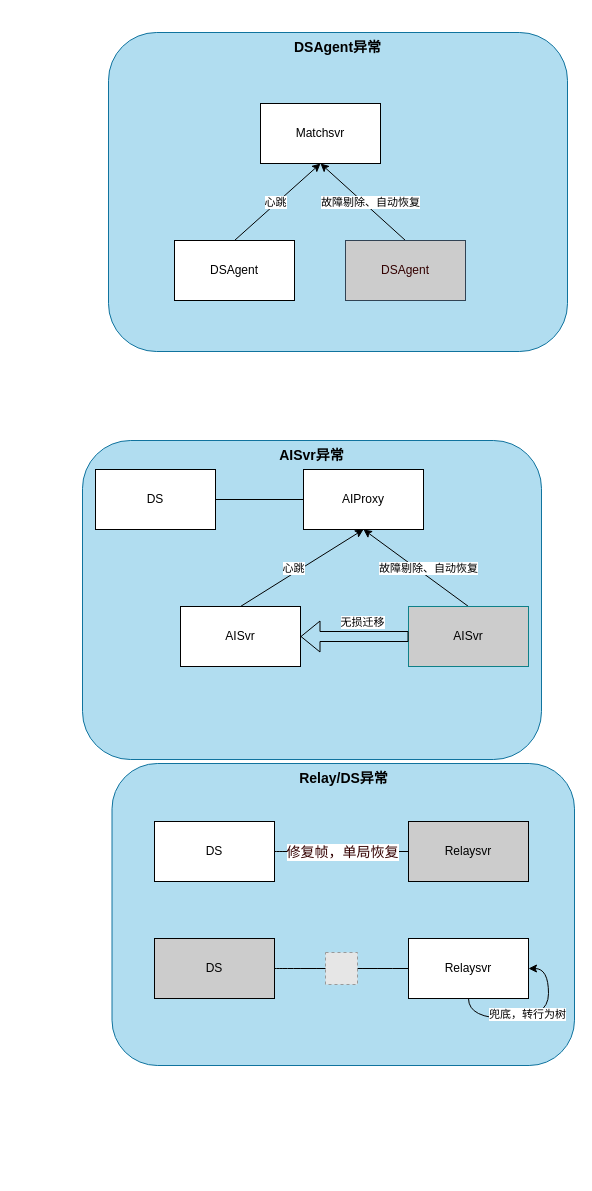
This is page "NISHIKI AI高可用" (6 of 7) of NISHIKI架构.drawio from Memoryss/NISHIKI, a draw.io file, before an edit. Source tidied: cells renumbered, new cells numbered last; positions are measured from the earlier drawing's top-left corner, leaving out a move shared by most shapes. Both pictures are drawn from the tidied source at 100%, with x=0, y=0 at pixel (82, 32). Pictures stored in the file or linked from it are replaced by grey dashed boxes.
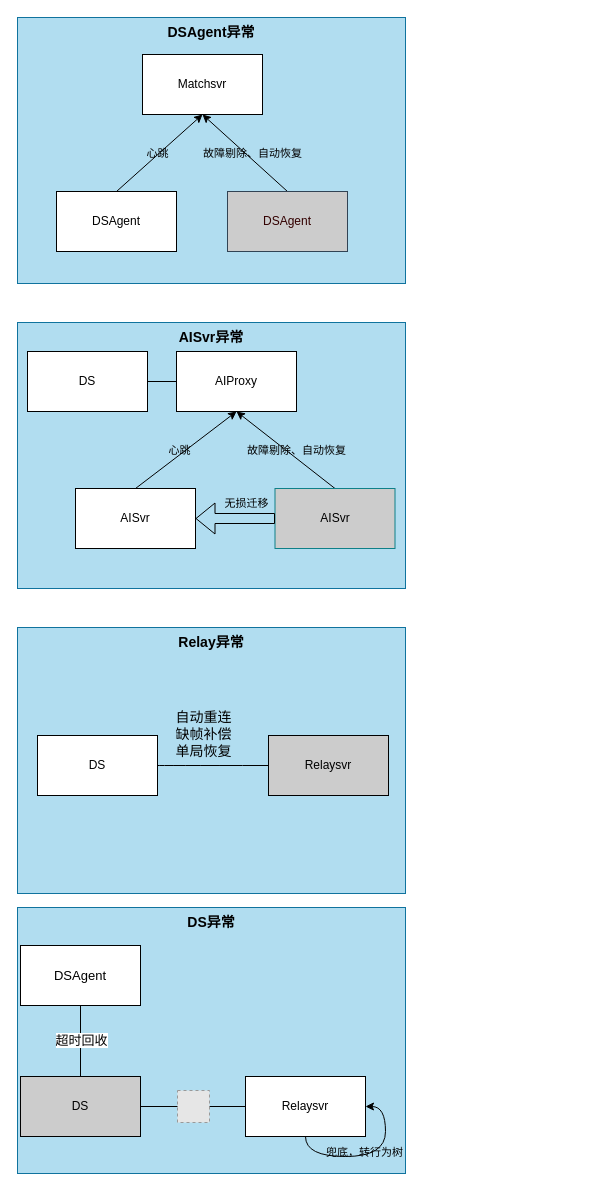
After the change.

The change refers to these unchanged cells:
```xml
<mxCell id="6" style="rounded=0;jettySize=auto;html=1;exitX=0.5;exitY=0;exitDx=0;exitDy=0;entryX=0.5;entryY=1;entryDx=0;entryDy=0;" parent="1" edge="1" source="8" target="5">
  <mxGeometry relative="1" as="geometry" />
</mxCell>
<mxCell id="9" style="edgeStyle=none;rounded=0;jettySize=auto;html=1;exitX=0.5;exitY=0;exitDx=0;exitDy=0;entryX=0.5;entryY=1;entryDx=0;entryDy=0;" parent="1" edge="1" source="11" target="5">
  <mxGeometry relative="1" as="geometry" />
</mxCell>
<mxCell id="15" style="edgeStyle=none;rounded=0;jettySize=auto;html=1;exitX=0.5;exitY=0;exitDx=0;exitDy=0;entryX=0.5;entryY=1;entryDx=0;entryDy=0;" parent="1" edge="1" source="17" target="14">
  <mxGeometry relative="1" as="geometry" />
</mxCell>
<mxCell id="18" style="edgeStyle=none;rounded=0;jettySize=auto;html=1;exitX=0.5;exitY=0;exitDx=0;exitDy=0;entryX=0.5;entryY=1;entryDx=0;entryDy=0;" parent="1" edge="1" source="20" target="14">
  <mxGeometry relative="1" as="geometry" />
</mxCell>
<mxCell id="21" style="shape=flexArrow;endArrow=classic;html=1;rounded=0;entryX=1;entryY=0.5;entryDx=0;entryDy=0;exitX=0;exitY=0.5;exitDx=0;exitDy=0;" parent="1" edge="1" source="20" target="17">
  <mxGeometry relative="1" as="geometry" />
</mxCell>
<mxCell id="27" style="edgeStyle=orthogonalEdgeStyle;rounded=0;orthogonalLoop=1;jettySize=auto;html=1;exitX=0.5;exitY=1;exitDx=0;exitDy=0;entryX=1;entryY=0.5;entryDx=0;entryDy=0;curved=1;" parent="1" edge="1" source="25" target="25">
  <mxGeometry relative="1" as="geometry" />
</mxCell>
<mxCell id="29" style="endArrow=none;html=1;rounded=0;fontSize=14;fontColor=#330000;curved=1;exitX=1;exitY=0.5;exitDx=0;exitDy=0;entryX=0;entryY=0.5;entryDx=0;entryDy=0;" parent="1" edge="1" source="24" target="13">
  <mxGeometry relative="1" as="geometry" />
</mxCell>
```

What changed in the source:
```diff
@@
+    <mxCell id="33" value="DS异常" style="rounded=0;whiteSpace=wrap;html=1;fillColor=#b1ddf0;strokeColor=#10739e;labelPosition=center;verticalLabelPosition=middle;align=center;verticalAlign=top;labelBackgroundColor=none;labelBorderColor=none;fontStyle=1;fontSize=14;" parent="1" vertex="1">
+      <mxGeometry x="-65" y="875" width="388" height="266" as="geometry" />
+    </mxCell>
-    <mxCell id="2" value="Relay/DS异常" style="rounded=1;whiteSpace=wrap;html=1;fillColor=#b1ddf0;strokeColor=#10739e;labelPosition=center;verticalLabelPosition=middle;align=center;verticalAlign=top;labelBackgroundColor=none;labelBorderColor=none;fontStyle=1;fontSize=14;" parent="1" vertex="1">
-      <mxGeometry x="29.5" y="731" width="462.5" height="302" as="geometry" />
+    <mxCell id="2" value="Relay异常" style="rounded=0;whiteSpace=wrap;html=1;fillColor=#b1ddf0;strokeColor=#10739e;labelPosition=center;verticalLabelPosition=middle;align=center;verticalAlign=top;labelBackgroundColor=none;labelBorderColor=none;fontStyle=1;fontSize=14;" parent="1" vertex="1">
+      <mxGeometry x="-65" y="595" width="388" height="266" as="geometry" />
     </mxCell>
-    <mxCell id="3" value="AISvr异常" style="rounded=1;whiteSpace=wrap;html=1;fillColor=#b1ddf0;strokeColor=#10739e;labelPosition=center;verticalLabelPosition=middle;align=center;verticalAlign=top;labelBackgroundColor=none;labelBorderColor=none;fontStyle=1;fontSize=14;" parent="1" vertex="1">
-      <mxGeometry y="408" width="459" height="319" as="geometry" />
+    <mxCell id="3" value="AISvr异常" style="rounded=0;whiteSpace=wrap;html=1;fillColor=#b1ddf0;strokeColor=#10739e;labelPosition=center;verticalLabelPosition=middle;align=center;verticalAlign=top;labelBackgroundColor=none;labelBorderColor=none;fontStyle=1;fontSize=14;" parent="1" vertex="1">
+      <mxGeometry x="-65" y="290" width="388" height="266" as="geometry" />
     </mxCell>
-    <mxCell id="4" value="DSAgent异常" style="rounded=1;whiteSpace=wrap;html=1;fillColor=#b1ddf0;strokeColor=#10739e;labelPosition=center;verticalLabelPosition=middle;align=center;verticalAlign=top;labelBackgroundColor=none;labelBorderColor=none;fontStyle=1;fontSize=14;" parent="1" vertex="1">
-      <mxGeometry x="26" width="459" height="319" as="geometry" />
+    <mxCell id="4" value="DSAgent异常" style="rounded=0;whiteSpace=wrap;html=1;fillColor=#b1ddf0;strokeColor=#10739e;labelPosition=center;verticalLabelPosition=middle;align=center;verticalAlign=top;labelBackgroundColor=none;labelBorderColor=none;fontStyle=1;fontSize=14;sketch=0;" parent="1" vertex="1">
+      <mxGeometry x="-65" y="-15" width="388" height="266" as="geometry" />
     </mxCell>
     <mxCell id="5" value="Matchsvr" style="rounded=0;whiteSpace=wrap;html=1;" parent="1" vertex="1">
-      <mxGeometry x="178" y="71" width="120" height="60" as="geometry" />
+      <mxGeometry x="60" y="22" width="120" height="60" as="geometry" />
     </mxCell>
@@
-    <mxCell id="7" value="心跳" style="edgeLabel;html=1;align=center;verticalAlign=middle;" parent="6" vertex="1">
+    <mxCell id="7" value="心跳" style="edgeLabel;html=1;align=center;verticalAlign=middle;labelBackgroundColor=none;" parent="6" vertex="1">
       <mxGeometry x="-0.22" y="-2" relative="1" as="geometry">
         <mxPoint x="6" y="-10" as="offset" />
       </mxGeometry>
     </mxCell>
     <mxCell id="8" value="DSAgent" style="rounded=0;whiteSpace=wrap;html=1;" parent="1" vertex="1">
-      <mxGeometry x="92" y="208" width="120" height="60" as="geometry" />
+      <mxGeometry x="-26" y="159" width="120" height="60" as="geometry" />
     </mxCell>
@@
-    <mxCell id="10" value="故障剔除、自动恢复" style="edgeLabel;html=1;align=center;verticalAlign=middle;" parent="9" vertex="1">
+    <mxCell id="10" value="故障剔除、自动恢复" style="edgeLabel;html=1;align=center;verticalAlign=middle;labelBackgroundColor=none;" parent="9" vertex="1">
       <mxGeometry x="-0.23" y="2" relative="1" as="geometry">
         <mxPoint x="-2" y="-10" as="offset" />
       </mxGeometry>
     </mxCell>
     <mxCell id="11" value="DSAgent" style="rounded=0;whiteSpace=wrap;html=1;fillColor=#CCCCCC;strokeColor=#314354;fontColor=#330000;" parent="1" vertex="1">
-      <mxGeometry x="263" y="208" width="120" height="60" as="geometry" />
+      <mxGeometry x="145" y="159" width="120" height="60" as="geometry" />
     </mxCell>
     <mxCell id="12" value="DS" style="rounded=0;whiteSpace=wrap;html=1;" parent="1" vertex="1">
-      <mxGeometry x="13" y="437" width="120" height="60" as="geometry" />
+      <mxGeometry x="-55" y="319" width="120" height="60" as="geometry" />
     </mxCell>
     <mxCell id="13" value="Relaysvr" style="rounded=0;whiteSpace=wrap;html=1;fillColor=#CCCCCC;" parent="1" vertex="1">
-      <mxGeometry x="326" y="789" width="120" height="60" as="geometry" />
+      <mxGeometry x="186" y="703" width="120" height="60" as="geometry" />
     </mxCell>
     <mxCell id="14" value="AIProxy" style="rounded=0;whiteSpace=wrap;html=1;" parent="1" vertex="1">
-      <mxGeometry x="221" y="437" width="120" height="60" as="geometry" />
+      <mxGeometry x="94" y="319" width="120" height="60" as="geometry" />
     </mxCell>
@@
-    <mxCell id="16" value="心跳" style="edgeLabel;html=1;align=center;verticalAlign=middle;" parent="15" vertex="1">
+    <mxCell id="16" value="心跳" style="edgeLabel;html=1;align=center;verticalAlign=middle;labelBackgroundColor=none;" parent="15" vertex="1">
       <mxGeometry x="-0.29" y="-2" relative="1" as="geometry">
         <mxPoint x="7" y="-13" as="offset" />
       </mxGeometry>
     </mxCell>
     <mxCell id="17" value="AISvr" style="rounded=0;whiteSpace=wrap;html=1;" parent="1" vertex="1">
-      <mxGeometry x="98" y="574" width="120" height="60" as="geometry" />
+      <mxGeometry x="-7" y="456" width="120" height="60" as="geometry" />
     </mxCell>
@@
-    <mxCell id="19" value="故障剔除、自动恢复" style="edgeLabel;html=1;align=center;verticalAlign=middle;" parent="18" vertex="1">
+    <mxCell id="19" value="故障剔除、自动恢复" style="edgeLabel;html=1;align=center;verticalAlign=middle;labelBackgroundColor=none;" parent="18" vertex="1">
       <mxGeometry x="-0.32" relative="1" as="geometry">
         <mxPoint x="-5" y="-12" as="offset" />
       </mxGeometry>
     </mxCell>
     <mxCell id="20" value="AISvr" style="rounded=0;whiteSpace=wrap;html=1;fillColor=#CCCCCC;strokeColor=#0e8088;" parent="1" vertex="1">
-      <mxGeometry x="326" y="574" width="120" height="60" as="geometry" />
+      <mxGeometry x="192.5" y="456" width="120" height="60" as="geometry" />
     </mxCell>
@@
-    <mxCell id="22" value="无损迁移" style="edgeLabel;html=1;align=center;verticalAlign=middle;" parent="21" vertex="1">
+    <mxCell id="22" value="无损迁移" style="edgeLabel;html=1;align=center;verticalAlign=middle;labelBackgroundColor=none;" parent="21" vertex="1">
       <mxGeometry x="-0.41" y="-3" relative="1" as="geometry">
-        <mxPoint x="-15" y="-12" as="offset" />
+        <mxPoint x="-6" y="-13" as="offset" />
       </mxGeometry>
     </mxCell>
@@
     <mxCell id="24" value="DS" style="rounded=0;whiteSpace=wrap;html=1;" parent="1" vertex="1">
-      <mxGeometry x="72" y="789" width="120" height="60" as="geometry" />
+      <mxGeometry x="-45" y="703" width="120" height="60" as="geometry" />
     </mxCell>
     <mxCell id="25" value="Relaysvr" style="rounded=0;whiteSpace=wrap;html=1;" parent="1" vertex="1">
-      <mxGeometry x="326" y="906" width="120" height="60" as="geometry" />
+      <mxGeometry x="163" y="1044" width="120" height="60" as="geometry" />
     </mxCell>
+    <mxCell id="31" style="edgeStyle=orthogonalEdgeStyle;rounded=0;jumpSize=6;jettySize=auto;html=1;exitX=1;exitY=0.5;exitDx=0;exitDy=0;fontFamily=Helvetica;fontSize=13;fontColor=default;endArrow=none;endFill=0;strokeWidth=1;" parent="1" edge="1" source="26" target="25">
+      <mxGeometry relative="1" as="geometry" />
+    </mxCell>
     <mxCell id="26" value="DS" style="rounded=0;whiteSpace=wrap;html=1;fillColor=#CCCCCC;" parent="1" vertex="1">
-      <mxGeometry x="72" y="906" width="120" height="60" as="geometry" />
+      <mxGeometry x="-62" y="1044" width="120" height="60" as="geometry" />
     </mxCell>
@@
-    <mxCell id="28" value="兜底，转行为树" style="edgeLabel;html=1;align=center;verticalAlign=middle;" parent="27" vertex="1">
+    <mxCell id="28" value="兜底，转行为树" style="edgeLabel;html=1;align=center;verticalAlign=middle;labelBackgroundColor=none;" parent="27" vertex="1">
       <mxGeometry x="-0.08" y="5" relative="1" as="geometry" />
     </mxCell>
@@
-    <mxCell id="30" value="修复帧，单局恢复" style="edgeLabel;html=1;align=center;verticalAlign=middle;fontSize=14;fontColor=#330000;" parent="29" vertex="1">
+    <mxCell id="30" value="自动重连&lt;br&gt;缺帧补偿&lt;br&gt;单局恢复" style="edgeLabel;html=1;align=center;verticalAlign=middle;fontSize=14;fontColor=default;labelBackgroundColor=none;" parent="29" vertex="1">
       <mxGeometry x="0.34" y="1" relative="1" as="geometry">
-        <mxPoint x="-23" y="1" as="offset" />
+        <mxPoint x="-29" y="-31" as="offset" />
       </mxGeometry>
     </mxCell>
-    <mxCell id="31" style="endArrow=none;html=1;rounded=0;fontSize=14;fontColor=#330000;curved=1;exitX=1;exitY=0.5;exitDx=0;exitDy=0;entryX=0;entryY=0.5;entryDx=0;entryDy=0;" parent="1" edge="1" source="26" target="25">
-      <mxGeometry relative="1" as="geometry" />
-    </mxCell>
+    <mxCell id="34" style="edgeStyle=orthogonalEdgeStyle;rounded=0;jumpSize=6;jettySize=auto;html=1;exitX=0.5;exitY=1;exitDx=0;exitDy=0;entryX=0.5;entryY=0;entryDx=0;entryDy=0;fontFamily=Helvetica;fontSize=13;fontColor=default;endArrow=none;endFill=0;strokeWidth=1;" parent="1" edge="1" source="36" target="26">
+      <mxGeometry relative="1" as="geometry" />
+    </mxCell>
+    <mxCell id="35" value="超时回收" style="edgeLabel;html=1;align=center;verticalAlign=middle;fontSize=13;fontFamily=Helvetica;fontColor=default;" parent="34" vertex="1">
+      <mxGeometry x="0.24" relative="1" as="geometry">
+        <mxPoint y="-10" as="offset" />
+      </mxGeometry>
+    </mxCell>
+    <mxCell id="36" value="DSAgent" style="rounded=0;whiteSpace=wrap;html=1;labelBackgroundColor=none;sketch=0;fontFamily=Helvetica;fontSize=13;fontColor=default;strokeWidth=1;" parent="1" vertex="1">
+      <mxGeometry x="-62" y="913" width="120" height="60" as="geometry" />
+    </mxCell>
     <mxCell id="32" style="fillColor=#E6E6E6;strokeColor=#999999;dashed=1;html=1;verticalAlign=top;verticalLabelPosition=bottom;labelBackgroundColor=#ffffff;fontSize=14;fontColor=#330000;" parent="1" vertex="1">
-      <mxGeometry x="243" y="920" width="32" height="32" as="geometry" />
+      <mxGeometry x="95" y="1058" width="32" height="32" as="geometry" />
     </mxCell>
```
